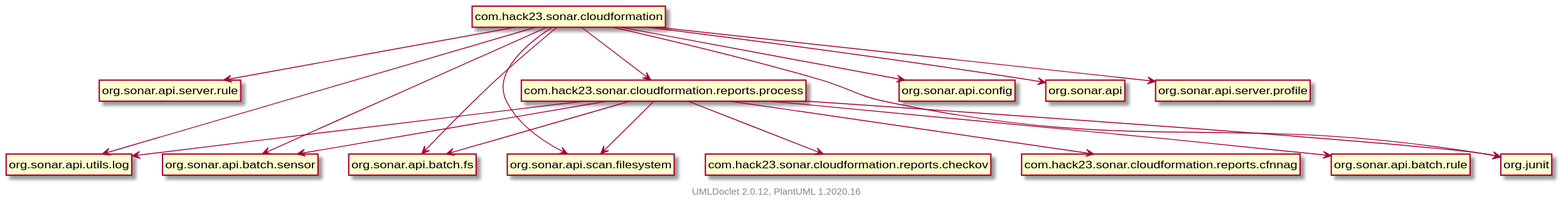
Above: testapidocs/package-dependencies.svg in Hack23/sonar-cloudformation-plugin (PlantUML), before the change.
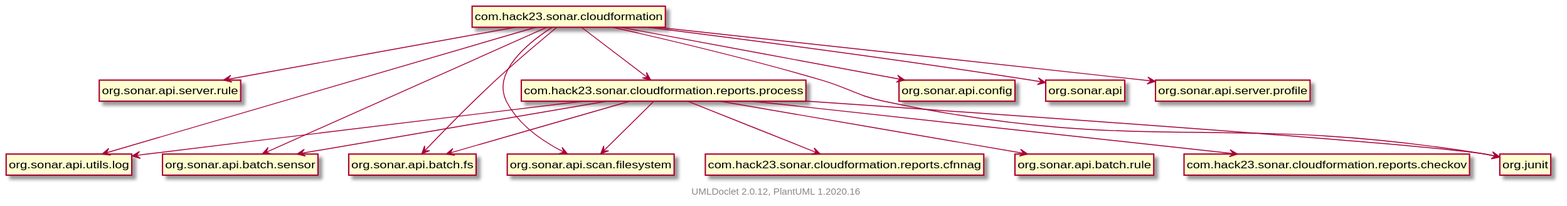
The same diagram one commit later.

Change to the diagram source:
```diff
@@ -15,21 +15,21 @@
     com.hack23.sonar.cloudformation --> org.sonar.api.server.profile
     com.hack23.sonar.cloudformation --> org.junit
     com.hack23.sonar.cloudformation.reports.process --> org.sonar.api.utils.log
-    com.hack23.sonar.cloudformation.reports.process --> com.hack23.sonar.cloudformation.reports.checkov
     com.hack23.sonar.cloudformation.reports.process --> org.sonar.api.scan.filesystem
     com.hack23.sonar.cloudformation.reports.process --> org.sonar.api.batch.fs
     com.hack23.sonar.cloudformation.reports.process --> org.sonar.api.batch.sensor
     com.hack23.sonar.cloudformation.reports.process --> com.hack23.sonar.cloudformation.reports.cfnnag
     com.hack23.sonar.cloudformation.reports.process --> org.sonar.api.batch.rule
+    com.hack23.sonar.cloudformation.reports.process --> com.hack23.sonar.cloudformation.reports.checkov
     com.hack23.sonar.cloudformation.reports.process --> org.junit
 
     class "com.hack23.sonar.cloudformation" [[com/hack23/sonar/cloudformation/package-summary.html]] {
     }
     class "com.hack23.sonar.cloudformation.reports.process" [[com/hack23/sonar/cloudformation/reports/process/package-summary.html]] {
     }
+    class "com.hack23.sonar.cloudformation.reports.cfnnag" [[com/hack23/sonar/cloudformation/reports/cfnnag/package-summary.html]] {
+    }
     class "com.hack23.sonar.cloudformation.reports.checkov" [[com/hack23/sonar/cloudformation/reports/checkov/package-summary.html]] {
-    }
-    class "com.hack23.sonar.cloudformation.reports.cfnnag" [[com/hack23/sonar/cloudformation/reports/cfnnag/package-summary.html]] {
     }
 
     center footer UMLDoclet 2.0.12, PlantUML 1.2020.16
```
